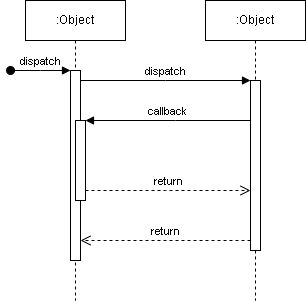
elm-dak/uml-gestion-scolaire keeps this draw.io diagram as demandeAttestation.drawio.png. Above is the earlier version. Source tidied: cells renumbered, new cells last; positions are measured from the earlier drawing's top-left corner, leaving out a move shared by most shapes. Its diagram source:
```xml
<mxGraphModel>
  <root>
    <mxCell id="0" />
    <mxCell id="1" parent="0" />
    <mxCell id="2" value=":Object" style="shape=umlLifeline;perimeter=lifelinePerimeter;whiteSpace=wrap;html=1;newEdgeStyle={&quot;edgeStyle&quot;:&quot;elbowEdgeStyle&quot;,&quot;elbow&quot;:&quot;vertical&quot;,&quot;curved&quot;:0,&quot;rounded&quot;:0};" parent="1" vertex="1">
      <mxGeometry x="15" width="100" height="300" as="geometry" />
    </mxCell>
    <mxCell id="3" style="html=1;points=[];perimeter=orthogonalPerimeter;outlineConnect=0;targetShapes=umlLifeline;portConstraint=eastwest;newEdgeStyle={&quot;edgeStyle&quot;:&quot;elbowEdgeStyle&quot;,&quot;elbow&quot;:&quot;vertical&quot;,&quot;curved&quot;:0,&quot;rounded&quot;:0};" parent="2" vertex="1">
      <mxGeometry x="45" y="70" width="10" height="190" as="geometry" />
    </mxCell>
    <mxCell id="4" value="dispatch" style="html=1;verticalAlign=bottom;startArrow=oval;endArrow=block;startSize=8;edgeStyle=elbowEdgeStyle;elbow=vertical;curved=0;rounded=0;" parent="2" edge="1" target="3">
      <mxGeometry relative="1" as="geometry">
        <mxPoint x="-15" y="70" as="sourcePoint" />
      </mxGeometry>
    </mxCell>
    <mxCell id="5" style="html=1;points=[];perimeter=orthogonalPerimeter;outlineConnect=0;targetShapes=umlLifeline;portConstraint=eastwest;newEdgeStyle={&quot;edgeStyle&quot;:&quot;elbowEdgeStyle&quot;,&quot;elbow&quot;:&quot;vertical&quot;,&quot;curved&quot;:0,&quot;rounded&quot;:0};" parent="2" vertex="1">
      <mxGeometry x="50" y="120" width="10" height="80" as="geometry" />
    </mxCell>
    <mxCell id="6" value=":Object" style="shape=umlLifeline;perimeter=lifelinePerimeter;whiteSpace=wrap;html=1;newEdgeStyle={&quot;edgeStyle&quot;:&quot;elbowEdgeStyle&quot;,&quot;elbow&quot;:&quot;vertical&quot;,&quot;curved&quot;:0,&quot;rounded&quot;:0};" parent="1" vertex="1">
      <mxGeometry x="195" width="100" height="300" as="geometry" />
    </mxCell>
    <mxCell id="7" style="html=1;points=[];perimeter=orthogonalPerimeter;outlineConnect=0;targetShapes=umlLifeline;portConstraint=eastwest;newEdgeStyle={&quot;edgeStyle&quot;:&quot;elbowEdgeStyle&quot;,&quot;elbow&quot;:&quot;vertical&quot;,&quot;curved&quot;:0,&quot;rounded&quot;:0};" parent="6" vertex="1">
      <mxGeometry x="45" y="80" width="10" height="170" as="geometry" />
    </mxCell>
    <mxCell id="8" value="dispatch" style="html=1;verticalAlign=bottom;endArrow=block;edgeStyle=elbowEdgeStyle;elbow=vertical;curved=0;rounded=0;" parent="1" edge="1" source="3" target="7">
      <mxGeometry relative="1" as="geometry">
        <Array as="points">
          <mxPoint x="155" y="80" />
        </Array>
      </mxGeometry>
    </mxCell>
    <mxCell id="9" value="return" style="html=1;verticalAlign=bottom;endArrow=open;dashed=1;endSize=8;edgeStyle=elbowEdgeStyle;elbow=vertical;curved=0;rounded=0;" parent="1" edge="1" source="7" target="3">
      <mxGeometry relative="1" as="geometry">
        <Array as="points">
          <mxPoint x="165" y="240" />
        </Array>
      </mxGeometry>
    </mxCell>
    <mxCell id="10" value="callback" style="html=1;verticalAlign=bottom;endArrow=block;edgeStyle=elbowEdgeStyle;elbow=vertical;curved=0;rounded=0;" parent="1" edge="1" source="7" target="5">
      <mxGeometry relative="1" as="geometry">
        <Array as="points">
          <mxPoint x="165" y="120" />
        </Array>
      </mxGeometry>
    </mxCell>
    <mxCell id="11" value="return" style="html=1;verticalAlign=bottom;endArrow=open;dashed=1;endSize=8;edgeStyle=elbowEdgeStyle;elbow=vertical;curved=0;rounded=0;" parent="1" edge="1" source="5" target="7">
      <mxGeometry relative="1" as="geometry">
        <Array as="points">
          <mxPoint x="155" y="190" />
        </Array>
      </mxGeometry>
    </mxCell>
  </root>
</mxGraphModel>
```
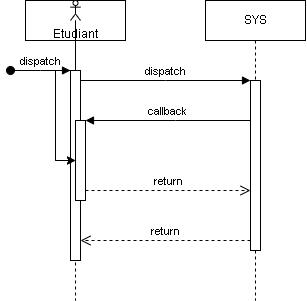
The same diagram one commit later.

Change to the diagram source:
```diff
@@ -2,7 +2,7 @@
   <root>
     <mxCell id="0" />
     <mxCell id="1" parent="0" />
-    <mxCell id="2" value=":Object" style="shape=umlLifeline;perimeter=lifelinePerimeter;whiteSpace=wrap;html=1;newEdgeStyle={&quot;edgeStyle&quot;:&quot;elbowEdgeStyle&quot;,&quot;elbow&quot;:&quot;vertical&quot;,&quot;curved&quot;:0,&quot;rounded&quot;:0};" parent="1" vertex="1">
+    <mxCell id="2" style="shape=umlLifeline;perimeter=lifelinePerimeter;whiteSpace=wrap;html=1;newEdgeStyle={&quot;edgeStyle&quot;:&quot;elbowEdgeStyle&quot;,&quot;elbow&quot;:&quot;vertical&quot;,&quot;curved&quot;:0,&quot;rounded&quot;:0};" parent="1" vertex="1">
       <mxGeometry x="15" width="100" height="300" as="geometry" />
     </mxCell>
     <mxCell id="3" style="html=1;points=[];perimeter=orthogonalPerimeter;outlineConnect=0;targetShapes=umlLifeline;portConstraint=eastwest;newEdgeStyle={&quot;edgeStyle&quot;:&quot;elbowEdgeStyle&quot;,&quot;elbow&quot;:&quot;vertical&quot;,&quot;curved&quot;:0,&quot;rounded&quot;:0};" parent="2" vertex="1">
@@ -16,7 +16,7 @@
     <mxCell id="5" style="html=1;points=[];perimeter=orthogonalPerimeter;outlineConnect=0;targetShapes=umlLifeline;portConstraint=eastwest;newEdgeStyle={&quot;edgeStyle&quot;:&quot;elbowEdgeStyle&quot;,&quot;elbow&quot;:&quot;vertical&quot;,&quot;curved&quot;:0,&quot;rounded&quot;:0};" parent="2" vertex="1">
       <mxGeometry x="50" y="120" width="10" height="80" as="geometry" />
     </mxCell>
-    <mxCell id="6" value=":Object" style="shape=umlLifeline;perimeter=lifelinePerimeter;whiteSpace=wrap;html=1;newEdgeStyle={&quot;edgeStyle&quot;:&quot;elbowEdgeStyle&quot;,&quot;elbow&quot;:&quot;vertical&quot;,&quot;curved&quot;:0,&quot;rounded&quot;:0};" parent="1" vertex="1">
+    <mxCell id="6" value="SYS" style="shape=umlLifeline;perimeter=lifelinePerimeter;whiteSpace=wrap;html=1;newEdgeStyle={&quot;edgeStyle&quot;:&quot;elbowEdgeStyle&quot;,&quot;elbow&quot;:&quot;vertical&quot;,&quot;curved&quot;:0,&quot;rounded&quot;:0};" parent="1" vertex="1">
       <mxGeometry x="195" width="100" height="300" as="geometry" />
     </mxCell>
     <mxCell id="7" style="html=1;points=[];perimeter=orthogonalPerimeter;outlineConnect=0;targetShapes=umlLifeline;portConstraint=eastwest;newEdgeStyle={&quot;edgeStyle&quot;:&quot;elbowEdgeStyle&quot;,&quot;elbow&quot;:&quot;vertical&quot;,&quot;curved&quot;:0,&quot;rounded&quot;:0};" parent="6" vertex="1">
@@ -50,5 +50,14 @@
         </Array>
       </mxGeometry>
     </mxCell>
+    <mxCell id="12" style="edgeStyle=orthogonalEdgeStyle;rounded=0;jettySize=auto;html=1;" parent="1" edge="1" source="14" target="5">
+      <mxGeometry relative="1" as="geometry" />
+    </mxCell>
+    <mxCell id="13" style="edgeStyle=orthogonalEdgeStyle;rounded=0;jettySize=auto;html=1;" parent="1" edge="1" source="14" target="5">
+      <mxGeometry relative="1" as="geometry" />
+    </mxCell>
+    <mxCell id="14" value="Etudiant" style="shape=umlActor;verticalLabelPosition=bottom;verticalAlign=top;html=1;" parent="1" vertex="1">
+      <mxGeometry x="60" width="10" height="20" as="geometry" />
+    </mxCell>
   </root>
 </mxGraphModel>
```
